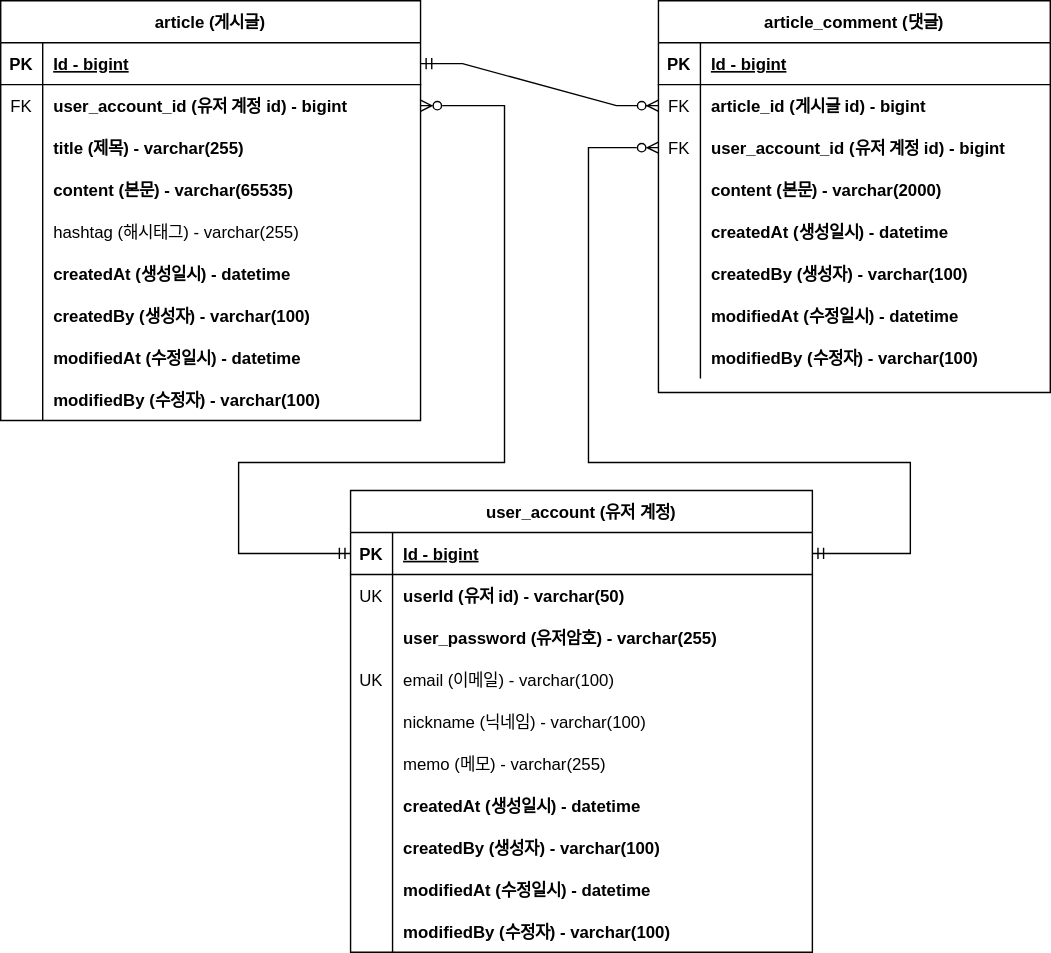
Hyeon-moGu/Board keeps this draw.io diagram as document/project-board-erd.svg. Above is the earlier version. Source tidied: cells renumbered, new cells last; positions are measured from the earlier drawing's top-left corner, leaving out a move shared by most shapes.
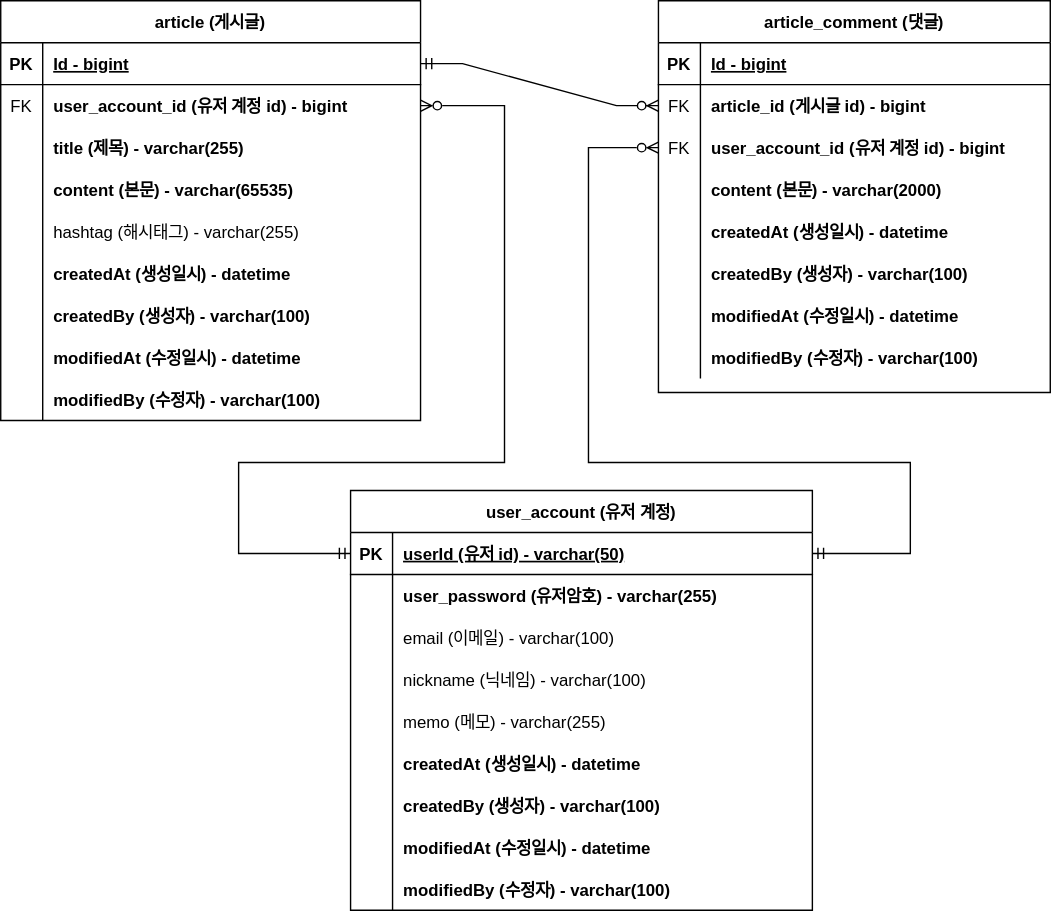
Later version of the same file.

Commit message:
#41 - ERD 문서 수정: 회원 계정 user_id 를 PK 로 변경

회원 계정 기존 `id` 를 삭제하고 `user_id`를 pk로 변경하는 그림 적용

Diff of the diagram source:
```diff
@@ -165,7 +165,7 @@
       <mxGeometry relative="1" as="geometry" />
     </mxCell>
     <mxCell id="56" value="user_account (유저 계정)" style="shape=table;startSize=30;rowLines=0;fontStyle=1;align=center;" parent="1" vertex="1">
-      <mxGeometry x="250" y="350" width="330" height="330" as="geometry" />
+      <mxGeometry x="250" y="350" width="330" height="300" as="geometry" />
     </mxCell>
     <mxCell id="57" style="shape=tableRow;horizontal=0;startSize=0;swimlaneHead=0;swimlaneBody=0;fillColor=none;points=[[0,0.5],[1,0.5]];portConstraint=eastwest;top=0;left=0;right=0;bottom=1;" parent="56" vertex="1">
       <mxGeometry y="30" width="330" height="30" as="geometry" />
@@ -173,20 +173,11 @@
     <mxCell id="58" value="PK" style="shape=partialRectangle;fillColor=none;top=0;left=0;bottom=0;right=0;fontStyle=1;overflow=hidden;" parent="57" vertex="1">
       <mxGeometry width="30" height="30" as="geometry" />
     </mxCell>
-    <mxCell id="59" value="Id - bigint" style="shape=partialRectangle;fillColor=none;top=0;left=0;bottom=0;right=0;align=left;spacingLeft=6;fontStyle=5;overflow=hidden;" parent="57" vertex="1">
+    <mxCell id="59" value="userId (유저 id) - varchar(50)" style="shape=partialRectangle;fillColor=none;top=0;left=0;bottom=0;right=0;align=left;spacingLeft=6;fontStyle=5;overflow=hidden;" parent="57" vertex="1">
       <mxGeometry x="30" width="300" height="30" as="geometry" />
     </mxCell>
-    <mxCell id="60" style="shape=tableRow;horizontal=0;startSize=0;swimlaneHead=0;swimlaneBody=0;fillColor=none;top=0;left=0;right=0;bottom=0;" parent="56" vertex="1">
-      <mxGeometry y="60" width="330" height="30" as="geometry" />
-    </mxCell>
-    <mxCell id="61" value="UK" style="shape=partialRectangle;fillColor=none;top=0;left=0;bottom=0;right=0;overflow=hidden;" parent="60" vertex="1">
-      <mxGeometry width="30" height="30" as="geometry" />
-    </mxCell>
-    <mxCell id="62" value="userId (유저 id) - varchar(50)" style="shape=partialRectangle;fillColor=none;top=0;left=0;bottom=0;right=0;align=left;spacingLeft=6;overflow=hidden;fontStyle=1;" parent="60" vertex="1">
-      <mxGeometry x="30" width="300" height="30" as="geometry" />
-    </mxCell>
     <mxCell id="63" style="shape=tableRow;horizontal=0;startSize=0;swimlaneHead=0;swimlaneBody=0;fillColor=none;top=0;left=0;right=0;bottom=0;" parent="56" vertex="1">
-      <mxGeometry y="90" width="330" height="30" as="geometry" />
+      <mxGeometry y="60" width="330" height="30" as="geometry" />
     </mxCell>
     <mxCell id="64" style="shape=partialRectangle;fillColor=none;top=0;left=0;bottom=0;right=0;overflow=hidden;" parent="63" vertex="1">
       <mxGeometry width="30" height="30" as="geometry" />
@@ -195,16 +186,16 @@
       <mxGeometry x="30" width="300" height="30" as="geometry" />
     </mxCell>
     <mxCell id="66" style="shape=tableRow;horizontal=0;startSize=0;swimlaneHead=0;swimlaneBody=0;fillColor=none;top=0;left=0;right=0;bottom=0;" parent="56" vertex="1">
-      <mxGeometry y="120" width="330" height="30" as="geometry" />
+      <mxGeometry y="90" width="330" height="30" as="geometry" />
     </mxCell>
-    <mxCell id="67" value="UK" style="shape=partialRectangle;fillColor=none;top=0;left=0;bottom=0;right=0;overflow=hidden;" parent="66" vertex="1">
+    <mxCell id="67" style="shape=partialRectangle;fillColor=none;top=0;left=0;bottom=0;right=0;overflow=hidden;" parent="66" vertex="1">
       <mxGeometry width="30" height="30" as="geometry" />
     </mxCell>
     <mxCell id="68" value="email (이메일) - varchar(100)" style="shape=partialRectangle;fillColor=none;top=0;left=0;bottom=0;right=0;align=left;spacingLeft=6;overflow=hidden;" parent="66" vertex="1">
       <mxGeometry x="30" width="300" height="30" as="geometry" />
     </mxCell>
     <mxCell id="69" style="shape=tableRow;horizontal=0;startSize=0;swimlaneHead=0;swimlaneBody=0;fillColor=none;top=0;left=0;right=0;bottom=0;" parent="56" vertex="1">
-      <mxGeometry y="150" width="330" height="30" as="geometry" />
+      <mxGeometry y="120" width="330" height="30" as="geometry" />
     </mxCell>
     <mxCell id="70" style="shape=partialRectangle;fillColor=none;top=0;left=0;bottom=0;right=0;overflow=hidden;" parent="69" vertex="1">
       <mxGeometry width="30" height="30" as="geometry" />
@@ -213,7 +204,7 @@
       <mxGeometry x="30" width="300" height="30" as="geometry" />
     </mxCell>
     <mxCell id="72" style="shape=tableRow;horizontal=0;startSize=0;swimlaneHead=0;swimlaneBody=0;fillColor=none;top=0;left=0;right=0;bottom=0;" parent="56" vertex="1">
-      <mxGeometry y="180" width="330" height="30" as="geometry" />
+      <mxGeometry y="150" width="330" height="30" as="geometry" />
     </mxCell>
     <mxCell id="73" style="shape=partialRectangle;fillColor=none;top=0;left=0;bottom=0;right=0;overflow=hidden;" parent="72" vertex="1">
       <mxGeometry width="30" height="30" as="geometry" />
@@ -222,7 +213,7 @@
       <mxGeometry x="30" width="300" height="30" as="geometry" />
     </mxCell>
     <mxCell id="75" style="shape=tableRow;horizontal=0;startSize=0;swimlaneHead=0;swimlaneBody=0;fillColor=none;top=0;left=0;right=0;bottom=0;" parent="56" vertex="1">
-      <mxGeometry y="210" width="330" height="30" as="geometry" />
+      <mxGeometry y="180" width="330" height="30" as="geometry" />
     </mxCell>
     <mxCell id="76" style="shape=partialRectangle;fillColor=none;top=0;left=0;bottom=0;right=0;overflow=hidden;" parent="75" vertex="1">
       <mxGeometry width="30" height="30" as="geometry" />
@@ -231,7 +222,7 @@
       <mxGeometry x="30" width="300" height="30" as="geometry" />
     </mxCell>
     <mxCell id="78" style="shape=tableRow;horizontal=0;startSize=0;swimlaneHead=0;swimlaneBody=0;fillColor=none;top=0;left=0;right=0;bottom=0;" parent="56" vertex="1">
-      <mxGeometry y="240" width="330" height="30" as="geometry" />
+      <mxGeometry y="210" width="330" height="30" as="geometry" />
     </mxCell>
     <mxCell id="79" style="shape=partialRectangle;fillColor=none;top=0;left=0;bottom=0;right=0;overflow=hidden;" parent="78" vertex="1">
       <mxGeometry width="30" height="30" as="geometry" />
@@ -240,7 +231,7 @@
       <mxGeometry x="30" width="300" height="30" as="geometry" />
     </mxCell>
     <mxCell id="81" style="shape=tableRow;horizontal=0;startSize=0;swimlaneHead=0;swimlaneBody=0;fillColor=none;top=0;left=0;right=0;bottom=0;" parent="56" vertex="1">
-      <mxGeometry y="270" width="330" height="30" as="geometry" />
+      <mxGeometry y="240" width="330" height="30" as="geometry" />
     </mxCell>
     <mxCell id="82" style="shape=partialRectangle;fillColor=none;top=0;left=0;bottom=0;right=0;overflow=hidden;" parent="81" vertex="1">
       <mxGeometry width="30" height="30" as="geometry" />
@@ -249,7 +240,7 @@
       <mxGeometry x="30" width="300" height="30" as="geometry" />
     </mxCell>
     <mxCell id="84" style="shape=tableRow;horizontal=0;startSize=0;swimlaneHead=0;swimlaneBody=0;fillColor=none;top=0;left=0;right=0;bottom=0;" parent="56" vertex="1">
-      <mxGeometry y="300" width="330" height="30" as="geometry" />
+      <mxGeometry y="270" width="330" height="30" as="geometry" />
     </mxCell>
     <mxCell id="85" style="shape=partialRectangle;fillColor=none;top=0;left=0;bottom=0;right=0;overflow=hidden;" parent="84" vertex="1">
       <mxGeometry width="30" height="30" as="geometry" />
```
